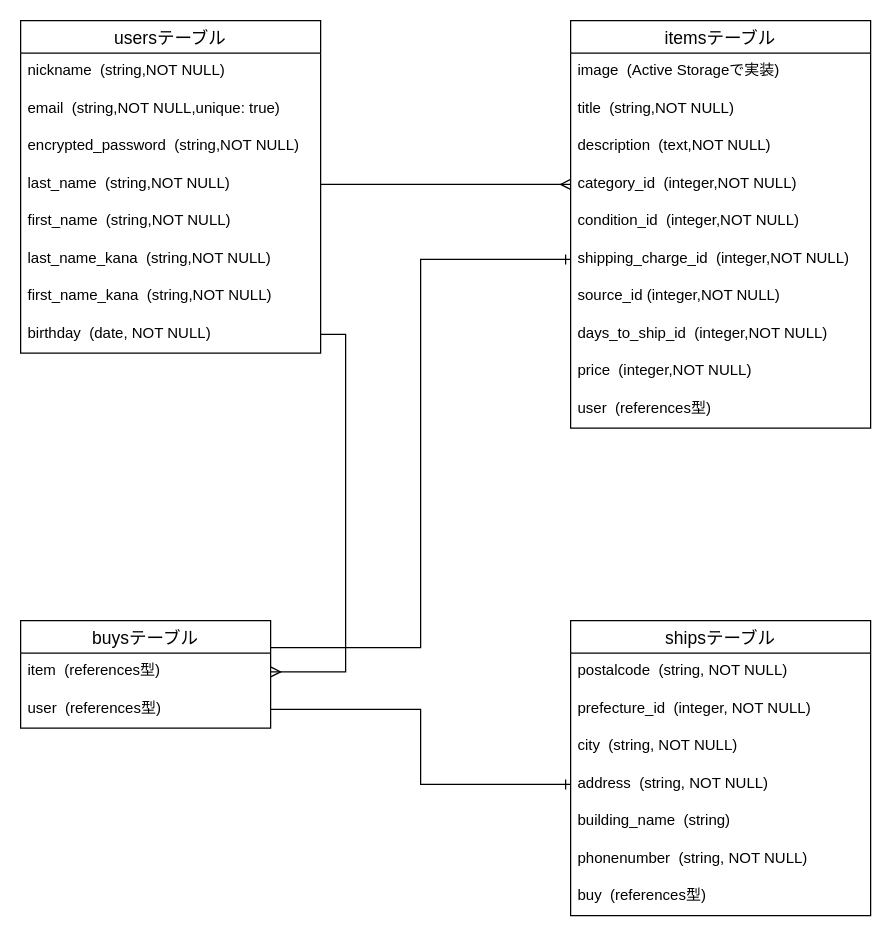
This is furima.dio from foiblelush09/furima-36763, a draw.io file, before an edit. Source tidied: cells renumbered, new cells numbered last; positions are measured from the earlier drawing's top-left corner, leaving out a move shared by most shapes. Both pictures are drawn from the tidied source at 125%, with x=0, y=0 at pixel (20, 20).
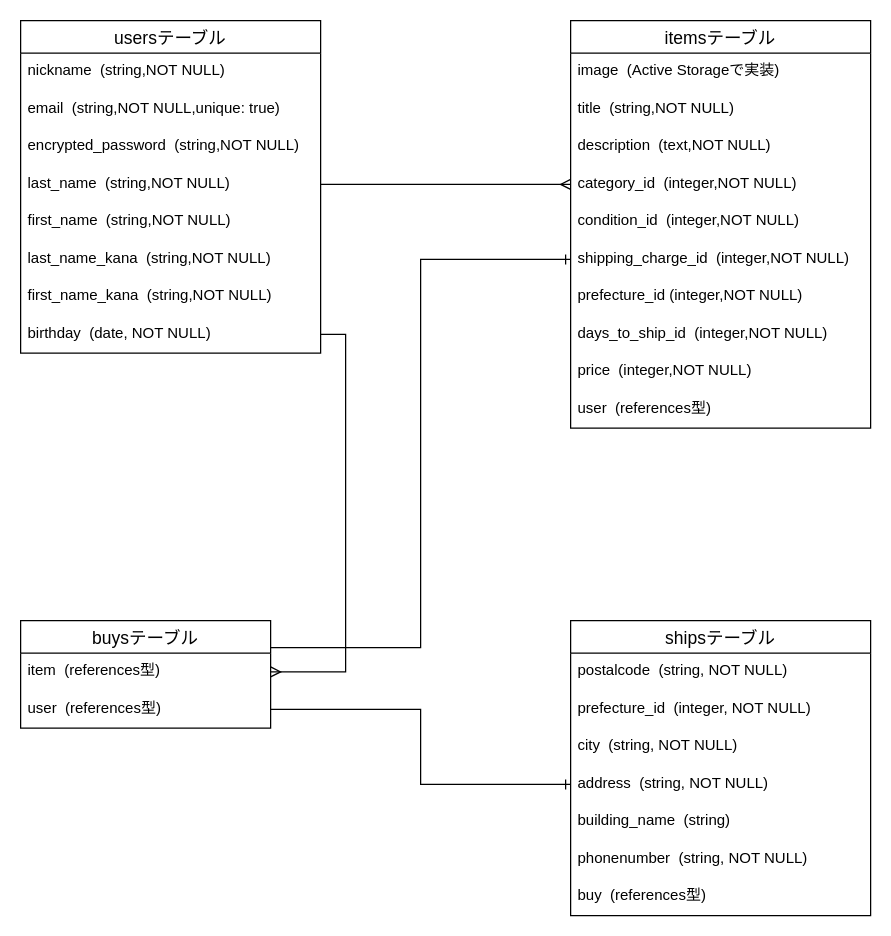
After the change.

Unchanged cells that the change refers to:
```xml
<mxCell id="11" value="itemsテーブル" style="swimlane;fontStyle=0;horizontal=1;startSize=26;align=center;fontSize=14;" parent="1" vertex="1">
  <mxGeometry x="440" width="240" height="326" as="geometry" />
</mxCell>
```

What changed in the source:
```diff
@@
-    <mxCell id="18" value="source_id (integer,NOT NULL)" style="text;strokeColor=none;fillColor=none;spacingLeft=4;spacingRight=4;overflow=hidden;fontSize=12;" parent="11" vertex="1">
+    <mxCell id="18" value="prefecture_id (integer,NOT NULL)" style="text;strokeColor=none;fillColor=none;spacingLeft=4;spacingRight=4;overflow=hidden;fontSize=12;" parent="11" vertex="1">
       <mxGeometry y="206" width="240" height="30" as="geometry" />
     </mxCell>
```
